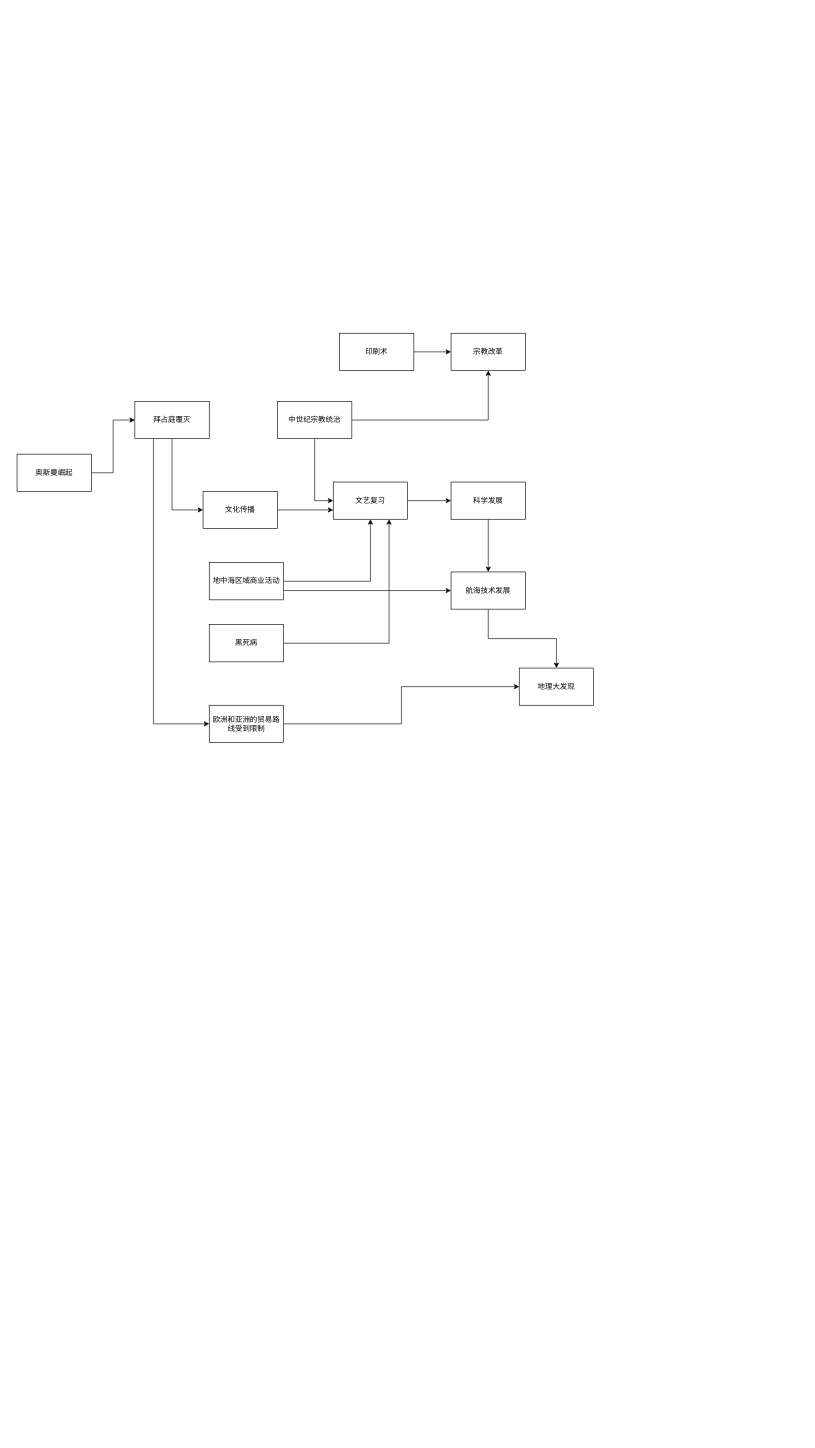
Above: western_history.drawio in brendonlin/myflowchart (draw.io), before the change. Source tidied: cells renumbered, new cells numbered last; positions are measured from the earlier drawing's top-left corner, leaving out a move shared by most shapes. Both pictures are drawn from the tidied source at 62%, with x=0, y=0 at pixel (17, 333).
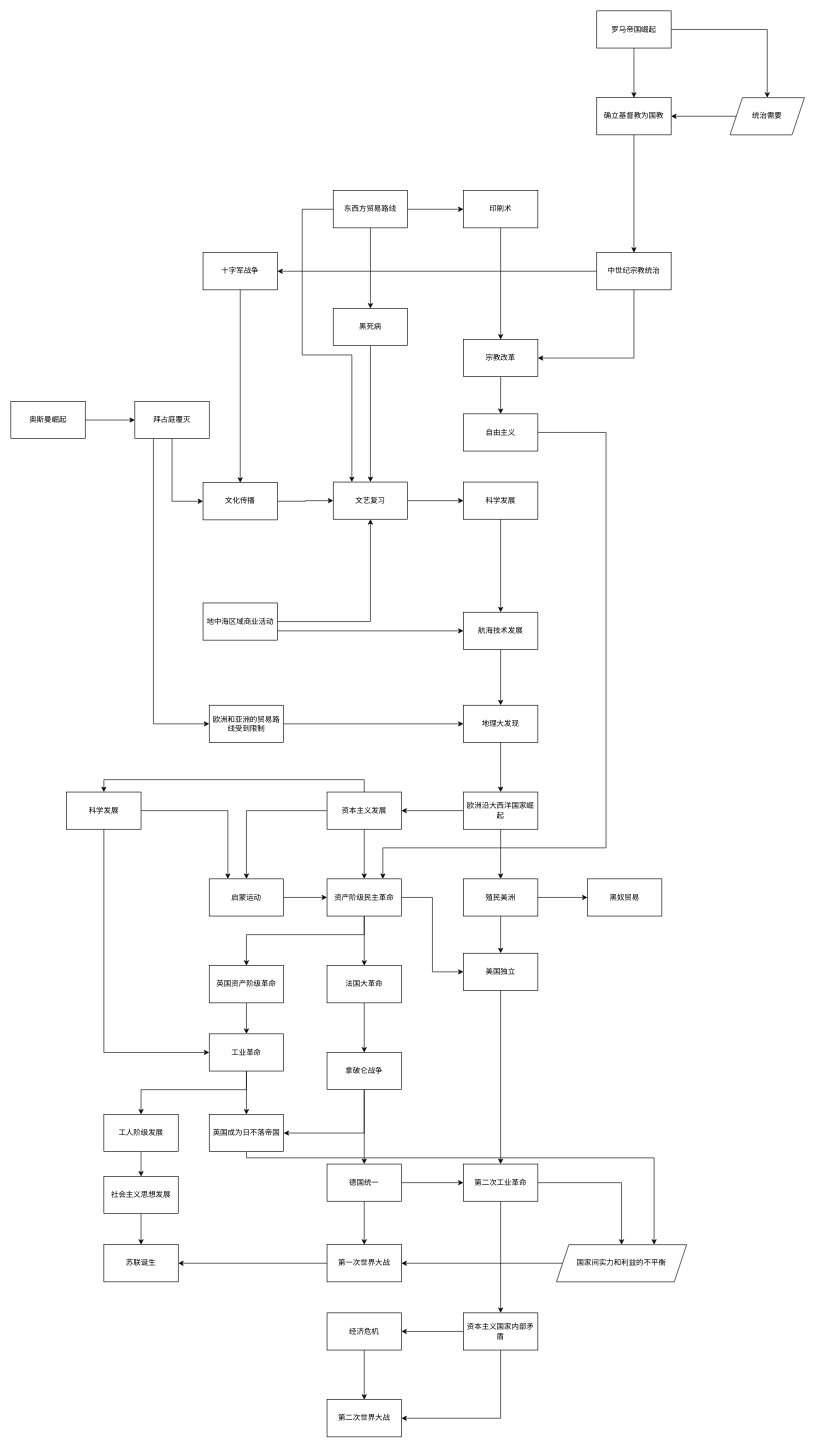
The same page after the edit.

The change refers to these unchanged cells:
```xml
<mxCell id="3" value="文艺复习" style="rounded=0;whiteSpace=wrap;html=1;" parent="1" vertex="1">
  <mxGeometry x="510" y="240" width="120" height="60" as="geometry" />
</mxCell>
```

Change to the diagram source:
```diff
@@
+    <mxCell id="29" style="edgeStyle=orthogonalEdgeStyle;rounded=0;jettySize=auto;html=1;" parent="1" edge="1" source="4" target="40">
+      <mxGeometry relative="1" as="geometry" />
+    </mxCell>
     <mxCell id="4" value="地理大发现" style="rounded=0;whiteSpace=wrap;html=1;" parent="1" vertex="1">
-      <mxGeometry x="810" y="540" width="120" height="60" as="geometry" />
+      <mxGeometry x="720" y="600" width="120" height="60" as="geometry" />
     </mxCell>
-    <mxCell id="5" style="edgeStyle=orthogonalEdgeStyle;rounded=0;jettySize=auto;html=1;entryX=0;entryY=0.5;entryDx=0;entryDy=0;" parent="1" edge="1" source="6" target="7">
+    <mxCell id="5" style="edgeStyle=orthogonalEdgeStyle;rounded=0;jettySize=auto;html=1;" parent="1" edge="1" source="6" target="7">
       <mxGeometry relative="1" as="geometry" />
     </mxCell>
     <mxCell id="6" value="印刷术" style="rounded=0;whiteSpace=wrap;html=1;" parent="1" vertex="1">
-      <mxGeometry x="520" width="120" height="60" as="geometry" />
+      <mxGeometry x="720" y="-230" width="120" height="60" as="geometry" />
     </mxCell>
+    <mxCell id="30" style="edgeStyle=orthogonalEdgeStyle;rounded=0;jettySize=auto;html=1;" parent="1" edge="1" source="7" target="94">
+      <mxGeometry relative="1" as="geometry" />
+    </mxCell>
     <mxCell id="7" value="宗教改革" style="rounded=0;whiteSpace=wrap;html=1;" parent="1" vertex="1">
-      <mxGeometry x="700" width="120" height="60" as="geometry" />
+      <mxGeometry x="720" y="10" width="120" height="60" as="geometry" />
     </mxCell>
-    <mxCell id="8" style="edgeStyle=orthogonalEdgeStyle;rounded=0;jettySize=auto;html=1;entryX=0;entryY=0.5;entryDx=0;entryDy=0;" parent="1" edge="1" source="10" target="3">
-      <mxGeometry relative="1" as="geometry" />
-    </mxCell>
-    <mxCell id="9" style="edgeStyle=orthogonalEdgeStyle;rounded=0;jettySize=auto;html=1;entryX=0.5;entryY=1;entryDx=0;entryDy=0;" parent="1" edge="1" source="10" target="7">
-      <mxGeometry relative="1" as="geometry" />
+    <mxCell id="9" style="edgeStyle=orthogonalEdgeStyle;rounded=0;jettySize=auto;html=1;entryX=1;entryY=0.5;entryDx=0;entryDy=0;" parent="1" edge="1" source="10" target="7">
+      <mxGeometry relative="1" as="geometry">
+        <Array as="points">
+          <mxPoint x="995" y="40" />
+        </Array>
+      </mxGeometry>
     </mxCell>
+    <mxCell id="31" style="edgeStyle=orthogonalEdgeStyle;rounded=0;jettySize=auto;html=1;entryX=1;entryY=0.5;entryDx=0;entryDy=0;" parent="1" edge="1" source="10" target="37">
+      <mxGeometry relative="1" as="geometry" />
+    </mxCell>
     <mxCell id="10" value="中世纪宗教统治" style="rounded=0;whiteSpace=wrap;html=1;" parent="1" vertex="1">
-      <mxGeometry x="420" y="110" width="120" height="60" as="geometry" />
+      <mxGeometry x="935" y="-130" width="120" height="60" as="geometry" />
     </mxCell>
@@
-    <mxCell id="14" style="edgeStyle=orthogonalEdgeStyle;rounded=0;jettySize=auto;html=1;entryX=0;entryY=0.75;entryDx=0;entryDy=0;" parent="1" edge="1" source="15" target="3">
+    <mxCell id="14" style="edgeStyle=orthogonalEdgeStyle;rounded=0;jettySize=auto;html=1;entryX=0;entryY=0.5;entryDx=0;entryDy=0;" parent="1" edge="1" source="15" target="3">
       <mxGeometry relative="1" as="geometry" />
     </mxCell>
     <mxCell id="15" value="文化传播" style="rounded=0;whiteSpace=wrap;html=1;" parent="1" vertex="1">
-      <mxGeometry x="300" y="255" width="120" height="60" as="geometry" />
+      <mxGeometry x="300" y="241" width="120" height="60" as="geometry" />
     </mxCell>
@@
     <mxCell id="18" value="地中海区域商业活动" style="rounded=0;whiteSpace=wrap;html=1;" parent="1" vertex="1">
-      <mxGeometry x="310" y="370" width="120" height="60" as="geometry" />
+      <mxGeometry x="300" y="435" width="120" height="60" as="geometry" />
     </mxCell>
@@
     <mxCell id="20" value="科学发展" style="rounded=0;whiteSpace=wrap;html=1;" parent="1" vertex="1">
-      <mxGeometry x="700" y="240" width="120" height="60" as="geometry" />
+      <mxGeometry x="720" y="240" width="120" height="60" as="geometry" />
     </mxCell>
-    <mxCell id="21" style="edgeStyle=orthogonalEdgeStyle;rounded=0;jettySize=auto;html=1;entryX=0.75;entryY=1;entryDx=0;entryDy=0;" parent="1" edge="1" source="22" target="3">
+    <mxCell id="21" style="edgeStyle=orthogonalEdgeStyle;rounded=0;jettySize=auto;html=1;" parent="1" edge="1" source="22" target="3">
       <mxGeometry relative="1" as="geometry" />
     </mxCell>
     <mxCell id="22" value="黑死病" style="rounded=0;whiteSpace=wrap;html=1;" parent="1" vertex="1">
-      <mxGeometry x="310" y="470" width="120" height="60" as="geometry" />
+      <mxGeometry x="510" y="-40" width="120" height="60" as="geometry" />
     </mxCell>
@@
     <mxCell id="24" value="奥斯曼崛起" style="rounded=0;whiteSpace=wrap;html=1;" parent="1" vertex="1">
-      <mxGeometry y="195" width="120" height="60" as="geometry" />
+      <mxGeometry x="-10" y="110" width="120" height="60" as="geometry" />
     </mxCell>
@@
     <mxCell id="28" value="航海技术发展" style="rounded=0;whiteSpace=wrap;html=1;" parent="1" vertex="1">
-      <mxGeometry x="700" y="385" width="120" height="60" as="geometry" />
+      <mxGeometry x="720" y="450" width="120" height="60" as="geometry" />
     </mxCell>
+    <mxCell id="32" style="edgeStyle=orthogonalEdgeStyle;rounded=0;jettySize=auto;html=1;entryX=0;entryY=0.5;entryDx=0;entryDy=0;" parent="1" edge="1" source="35" target="6">
+      <mxGeometry relative="1" as="geometry" />
+    </mxCell>
+    <mxCell id="33" style="edgeStyle=orthogonalEdgeStyle;rounded=0;jettySize=auto;html=1;entryX=0.5;entryY=0;entryDx=0;entryDy=0;" parent="1" edge="1" source="35" target="22">
+      <mxGeometry relative="1" as="geometry" />
+    </mxCell>
+    <mxCell id="34" style="edgeStyle=orthogonalEdgeStyle;rounded=0;jettySize=auto;html=1;entryX=0.25;entryY=0;entryDx=0;entryDy=0;" parent="1" edge="1" source="35" target="3">
+      <mxGeometry relative="1" as="geometry">
+        <Array as="points">
+          <mxPoint x="460" y="-200" />
+          <mxPoint x="460" y="35" />
+          <mxPoint x="540" y="35" />
+        </Array>
+      </mxGeometry>
+    </mxCell>
+    <mxCell id="35" value="东西方贸易路线" style="rounded=0;whiteSpace=wrap;html=1;" parent="1" vertex="1">
+      <mxGeometry x="510" y="-230" width="120" height="60" as="geometry" />
+    </mxCell>
+    <mxCell id="36" style="edgeStyle=orthogonalEdgeStyle;rounded=0;jettySize=auto;html=1;" parent="1" edge="1" source="37" target="15">
+      <mxGeometry relative="1" as="geometry" />
+    </mxCell>
+    <mxCell id="37" value="十字军战争" style="rounded=0;whiteSpace=wrap;html=1;" parent="1" vertex="1">
+      <mxGeometry x="300" y="-130" width="120" height="60" as="geometry" />
+    </mxCell>
+    <mxCell id="38" style="edgeStyle=orthogonalEdgeStyle;rounded=0;jettySize=auto;html=1;" parent="1" edge="1" source="40" target="43">
+      <mxGeometry relative="1" as="geometry" />
+    </mxCell>
+    <mxCell id="39" style="edgeStyle=orthogonalEdgeStyle;rounded=0;jettySize=auto;html=1;" parent="1" edge="1" source="40" target="50">
+      <mxGeometry relative="1" as="geometry" />
+    </mxCell>
+    <mxCell id="40" value="欧洲沿大西洋国家崛起" style="whiteSpace=wrap;html=1;rounded=0;" parent="1" vertex="1">
+      <mxGeometry x="720" y="740" width="120" height="60" as="geometry" />
+    </mxCell>
+    <mxCell id="41" style="edgeStyle=orthogonalEdgeStyle;rounded=0;jettySize=auto;html=1;" parent="1" edge="1" source="43" target="44">
+      <mxGeometry relative="1" as="geometry" />
+    </mxCell>
+    <mxCell id="42" style="edgeStyle=orthogonalEdgeStyle;rounded=0;jettySize=auto;html=1;" parent="1" edge="1" source="43" target="46">
+      <mxGeometry relative="1" as="geometry" />
+    </mxCell>
+    <mxCell id="43" value="殖民美洲" style="rounded=0;whiteSpace=wrap;html=1;" parent="1" vertex="1">
+      <mxGeometry x="720" y="880" width="120" height="60" as="geometry" />
+    </mxCell>
+    <mxCell id="44" value="黑奴贸易" style="whiteSpace=wrap;html=1;rounded=0;" parent="1" vertex="1">
+      <mxGeometry x="920" y="880" width="120" height="60" as="geometry" />
+    </mxCell>
+    <mxCell id="45" style="edgeStyle=orthogonalEdgeStyle;rounded=0;jettySize=auto;html=1;entryX=0.5;entryY=0;entryDx=0;entryDy=0;" parent="1" edge="1" source="46" target="90">
+      <mxGeometry relative="1" as="geometry" />
+    </mxCell>
+    <mxCell id="46" value="美国独立" style="whiteSpace=wrap;html=1;rounded=0;" parent="1" vertex="1">
+      <mxGeometry x="720" y="1000" width="120" height="60" as="geometry" />
+    </mxCell>
+    <mxCell id="47" style="edgeStyle=orthogonalEdgeStyle;rounded=0;jettySize=auto;html=1;" parent="1" edge="1" source="50" target="54">
+      <mxGeometry relative="1" as="geometry" />
+    </mxCell>
+    <mxCell id="48" style="edgeStyle=orthogonalEdgeStyle;rounded=0;jettySize=auto;html=1;entryX=0.5;entryY=0;entryDx=0;entryDy=0;" parent="1" edge="1" source="50" target="64">
+      <mxGeometry relative="1" as="geometry" />
+    </mxCell>
+    <mxCell id="49" style="edgeStyle=orthogonalEdgeStyle;rounded=0;jettySize=auto;html=1;entryX=0.5;entryY=0;entryDx=0;entryDy=0;" parent="1" edge="1" source="50" target="67">
+      <mxGeometry relative="1" as="geometry">
+        <Array as="points">
+          <mxPoint x="560" y="720" />
+          <mxPoint x="140" y="720" />
+        </Array>
+      </mxGeometry>
+    </mxCell>
+    <mxCell id="50" value="资本主义发展" style="whiteSpace=wrap;html=1;rounded=0;" parent="1" vertex="1">
+      <mxGeometry x="500" y="740" width="120" height="60" as="geometry" />
+    </mxCell>
+    <mxCell id="51" style="edgeStyle=orthogonalEdgeStyle;rounded=0;jettySize=auto;html=1;" parent="1" edge="1" source="54" target="56">
+      <mxGeometry relative="1" as="geometry" />
+    </mxCell>
+    <mxCell id="52" style="edgeStyle=orthogonalEdgeStyle;rounded=0;jettySize=auto;html=1;entryX=0;entryY=0.5;entryDx=0;entryDy=0;" parent="1" edge="1" source="54" target="46">
+      <mxGeometry relative="1" as="geometry" />
+    </mxCell>
+    <mxCell id="53" style="edgeStyle=orthogonalEdgeStyle;rounded=0;jettySize=auto;html=1;entryX=0.5;entryY=0;entryDx=0;entryDy=0;" parent="1" edge="1" source="54" target="73">
+      <mxGeometry relative="1" as="geometry">
+        <Array as="points">
+          <mxPoint x="560" y="970" />
+          <mxPoint x="370" y="970" />
+        </Array>
+      </mxGeometry>
+    </mxCell>
+    <mxCell id="54" value="资产阶级民主革命" style="whiteSpace=wrap;html=1;rounded=0;" parent="1" vertex="1">
+      <mxGeometry x="500" y="880" width="120" height="60" as="geometry" />
+    </mxCell>
+    <mxCell id="55" style="edgeStyle=orthogonalEdgeStyle;rounded=0;jettySize=auto;html=1;" parent="1" edge="1" source="56" target="59">
+      <mxGeometry relative="1" as="geometry" />
+    </mxCell>
+    <mxCell id="56" value="法国大革命" style="whiteSpace=wrap;html=1;rounded=0;" parent="1" vertex="1">
+      <mxGeometry x="500" y="1020" width="120" height="60" as="geometry" />
+    </mxCell>
+    <mxCell id="57" style="edgeStyle=orthogonalEdgeStyle;rounded=0;jettySize=auto;html=1;" parent="1" edge="1" source="59" target="62">
+      <mxGeometry relative="1" as="geometry" />
+    </mxCell>
+    <mxCell id="58" style="edgeStyle=orthogonalEdgeStyle;rounded=0;jettySize=auto;html=1;" parent="1" edge="1" source="59" target="71">
+      <mxGeometry relative="1" as="geometry">
+        <Array as="points">
+          <mxPoint x="560" y="1290" />
+        </Array>
+      </mxGeometry>
+    </mxCell>
+    <mxCell id="59" value="拿破仑战争" style="whiteSpace=wrap;html=1;rounded=0;" parent="1" vertex="1">
+      <mxGeometry x="500" y="1160" width="120" height="60" as="geometry" />
+    </mxCell>
+    <mxCell id="60" style="edgeStyle=orthogonalEdgeStyle;rounded=0;jettySize=auto;html=1;" parent="1" edge="1" source="62" target="69">
+      <mxGeometry relative="1" as="geometry" />
+    </mxCell>
+    <mxCell id="61" style="edgeStyle=orthogonalEdgeStyle;rounded=0;jettySize=auto;html=1;entryX=0;entryY=0.5;entryDx=0;entryDy=0;" parent="1" edge="1" source="62" target="90">
+      <mxGeometry relative="1" as="geometry" />
+    </mxCell>
+    <mxCell id="62" value="德国统一" style="whiteSpace=wrap;html=1;rounded=0;" parent="1" vertex="1">
+      <mxGeometry x="500" y="1340" width="120" height="60" as="geometry" />
+    </mxCell>
+    <mxCell id="63" style="edgeStyle=orthogonalEdgeStyle;rounded=0;jettySize=auto;html=1;entryX=0;entryY=0.5;entryDx=0;entryDy=0;" parent="1" edge="1" source="64" target="54">
+      <mxGeometry relative="1" as="geometry" />
+    </mxCell>
+    <mxCell id="64" value="启蒙运动" style="whiteSpace=wrap;html=1;rounded=0;" parent="1" vertex="1">
+      <mxGeometry x="310" y="880" width="120" height="60" as="geometry" />
+    </mxCell>
+    <mxCell id="65" style="edgeStyle=orthogonalEdgeStyle;rounded=0;jettySize=auto;html=1;entryX=0.25;entryY=0;entryDx=0;entryDy=0;" parent="1" edge="1" source="67" target="64">
+      <mxGeometry relative="1" as="geometry" />
+    </mxCell>
+    <mxCell id="66" style="edgeStyle=orthogonalEdgeStyle;rounded=0;jettySize=auto;html=1;entryX=0;entryY=0.5;entryDx=0;entryDy=0;" parent="1" edge="1" source="67" target="76">
+      <mxGeometry relative="1" as="geometry">
+        <Array as="points">
+          <mxPoint x="140" y="1160" />
+        </Array>
+      </mxGeometry>
+    </mxCell>
+    <mxCell id="67" value="科学发展" style="rounded=0;whiteSpace=wrap;html=1;" parent="1" vertex="1">
+      <mxGeometry x="80" y="740" width="120" height="60" as="geometry" />
+    </mxCell>
+    <mxCell id="68" style="edgeStyle=orthogonalEdgeStyle;rounded=0;jettySize=auto;html=1;" parent="1" edge="1" source="69" target="81">
+      <mxGeometry relative="1" as="geometry" />
+    </mxCell>
+    <mxCell id="69" value="第一次世界大战" style="rounded=0;whiteSpace=wrap;html=1;" parent="1" vertex="1">
+      <mxGeometry x="500" y="1470" width="120" height="60" as="geometry" />
+    </mxCell>
+    <mxCell id="70" style="edgeStyle=orthogonalEdgeStyle;rounded=0;jettySize=auto;html=1;entryX=0.75;entryY=0;entryDx=0;entryDy=0;" parent="1" edge="1" source="71" target="92">
+      <mxGeometry relative="1" as="geometry">
+        <Array as="points">
+          <mxPoint x="370" y="1330" />
+          <mxPoint x="1028" y="1330" />
+        </Array>
+      </mxGeometry>
+    </mxCell>
+    <mxCell id="71" value="英国成为日不落帝国" style="whiteSpace=wrap;html=1;rounded=0;" parent="1" vertex="1">
+      <mxGeometry x="310" y="1260" width="120" height="60" as="geometry" />
+    </mxCell>
+    <mxCell id="72" style="edgeStyle=orthogonalEdgeStyle;rounded=0;jettySize=auto;html=1;" parent="1" edge="1" source="73" target="76">
+      <mxGeometry relative="1" as="geometry" />
+    </mxCell>
+    <mxCell id="73" value="英国资产阶级革命" style="rounded=0;whiteSpace=wrap;html=1;" parent="1" vertex="1">
+      <mxGeometry x="310" y="1020" width="120" height="60" as="geometry" />
+    </mxCell>
+    <mxCell id="74" style="edgeStyle=orthogonalEdgeStyle;rounded=0;jettySize=auto;html=1;entryX=0.5;entryY=0;entryDx=0;entryDy=0;" parent="1" edge="1" source="76" target="71">
+      <mxGeometry relative="1" as="geometry" />
+    </mxCell>
+    <mxCell id="75" style="edgeStyle=orthogonalEdgeStyle;rounded=0;jettySize=auto;html=1;" parent="1" edge="1" source="76" target="80">
+      <mxGeometry relative="1" as="geometry">
+        <Array as="points">
+          <mxPoint x="370" y="1220" />
+          <mxPoint x="200" y="1220" />
+        </Array>
+      </mxGeometry>
+    </mxCell>
+    <mxCell id="76" value="工业革命" style="whiteSpace=wrap;html=1;rounded=0;" parent="1" vertex="1">
+      <mxGeometry x="310" y="1130" width="120" height="60" as="geometry" />
+    </mxCell>
+    <mxCell id="77" style="edgeStyle=orthogonalEdgeStyle;rounded=0;jettySize=auto;html=1;entryX=0.5;entryY=0;entryDx=0;entryDy=0;" parent="1" edge="1" source="78" target="81">
+      <mxGeometry relative="1" as="geometry" />
+    </mxCell>
+    <mxCell id="78" value="社会主义思想发展" style="rounded=0;whiteSpace=wrap;html=1;" parent="1" vertex="1">
+      <mxGeometry x="140" y="1360" width="120" height="60" as="geometry" />
+    </mxCell>
+    <mxCell id="79" style="edgeStyle=orthogonalEdgeStyle;rounded=0;jettySize=auto;html=1;" parent="1" edge="1" source="80" target="78">
+      <mxGeometry relative="1" as="geometry" />
+    </mxCell>
+    <mxCell id="80" value="工人阶级发展" style="rounded=0;whiteSpace=wrap;html=1;" parent="1" vertex="1">
+      <mxGeometry x="140" y="1260" width="120" height="60" as="geometry" />
+    </mxCell>
+    <mxCell id="81" value="苏联诞生" style="rounded=0;whiteSpace=wrap;html=1;" parent="1" vertex="1">
+      <mxGeometry x="140" y="1470" width="120" height="60" as="geometry" />
+    </mxCell>
+    <mxCell id="82" style="edgeStyle=orthogonalEdgeStyle;rounded=0;jettySize=auto;html=1;entryX=1;entryY=0.5;entryDx=0;entryDy=0;" parent="1" edge="1" source="84" target="87">
+      <mxGeometry relative="1" as="geometry">
+        <Array as="points">
+          <mxPoint x="780" y="1750" />
+        </Array>
+      </mxGeometry>
+    </mxCell>
+    <mxCell id="83" style="edgeStyle=orthogonalEdgeStyle;rounded=0;jettySize=auto;html=1;entryX=1;entryY=0.5;entryDx=0;entryDy=0;" parent="1" edge="1" source="84" target="86">
+      <mxGeometry relative="1" as="geometry" />
+    </mxCell>
+    <mxCell id="84" value="资本主义国家内部矛盾" style="rounded=0;whiteSpace=wrap;html=1;" parent="1" vertex="1">
+      <mxGeometry x="720" y="1580" width="120" height="60" as="geometry" />
+    </mxCell>
+    <mxCell id="85" style="edgeStyle=orthogonalEdgeStyle;rounded=0;jettySize=auto;html=1;" parent="1" edge="1" source="86" target="87">
+      <mxGeometry relative="1" as="geometry" />
+    </mxCell>
+    <mxCell id="86" value="经济危机" style="rounded=0;whiteSpace=wrap;html=1;" parent="1" vertex="1">
+      <mxGeometry x="500" y="1580" width="120" height="60" as="geometry" />
+    </mxCell>
+    <mxCell id="87" value="第二次世界大战" style="whiteSpace=wrap;html=1;rounded=0;" parent="1" vertex="1">
+      <mxGeometry x="500" y="1720" width="120" height="60" as="geometry" />
+    </mxCell>
+    <mxCell id="88" style="edgeStyle=orthogonalEdgeStyle;rounded=0;jettySize=auto;html=1;entryX=0.5;entryY=0;entryDx=0;entryDy=0;" parent="1" edge="1" source="90" target="92">
+      <mxGeometry relative="1" as="geometry" />
+    </mxCell>
+    <mxCell id="89" style="edgeStyle=orthogonalEdgeStyle;rounded=0;jettySize=auto;html=1;" parent="1" edge="1" source="90" target="84">
+      <mxGeometry relative="1" as="geometry" />
+    </mxCell>
+    <mxCell id="90" value="第二次工业革命" style="rounded=0;whiteSpace=wrap;html=1;" parent="1" vertex="1">
+      <mxGeometry x="720" y="1340" width="120" height="60" as="geometry" />
+    </mxCell>
+    <mxCell id="91" style="edgeStyle=orthogonalEdgeStyle;rounded=0;jettySize=auto;html=1;" parent="1" edge="1" source="92" target="69">
+      <mxGeometry relative="1" as="geometry" />
+    </mxCell>
+    <mxCell id="92" value="国家间实力和利益的不平衡" style="shape=parallelogram;perimeter=parallelogramPerimeter;whiteSpace=wrap;html=1;fixedSize=1;" parent="1" vertex="1">
+      <mxGeometry x="870" y="1470" width="210" height="60" as="geometry" />
+    </mxCell>
+    <mxCell id="93" style="edgeStyle=orthogonalEdgeStyle;rounded=0;jettySize=auto;html=1;entryX=0.75;entryY=0;entryDx=0;entryDy=0;" parent="1" edge="1" source="94" target="54">
+      <mxGeometry relative="1" as="geometry">
+        <Array as="points">
+          <mxPoint x="950" y="160" />
+          <mxPoint x="950" y="830" />
+          <mxPoint x="590" y="830" />
+        </Array>
+      </mxGeometry>
+    </mxCell>
+    <mxCell id="94" value="自由主义" style="whiteSpace=wrap;html=1;rounded=0;" parent="1" vertex="1">
+      <mxGeometry x="720" y="130" width="120" height="60" as="geometry" />
+    </mxCell>
+    <mxCell id="95" style="edgeStyle=orthogonalEdgeStyle;rounded=0;jettySize=auto;html=1;" parent="1" edge="1" source="97" target="99">
+      <mxGeometry relative="1" as="geometry" />
+    </mxCell>
+    <mxCell id="96" style="edgeStyle=orthogonalEdgeStyle;rounded=0;jettySize=auto;html=1;" parent="1" edge="1" source="97" target="101">
+      <mxGeometry relative="1" as="geometry" />
+    </mxCell>
+    <mxCell id="97" value="罗马帝国崛起" style="rounded=0;whiteSpace=wrap;html=1;" parent="1" vertex="1">
+      <mxGeometry x="935" y="-520" width="120" height="60" as="geometry" />
+    </mxCell>
+    <mxCell id="98" style="edgeStyle=orthogonalEdgeStyle;rounded=0;jettySize=auto;html=1;entryX=0.5;entryY=0;entryDx=0;entryDy=0;" parent="1" edge="1" source="99" target="10">
+      <mxGeometry relative="1" as="geometry" />
+    </mxCell>
+    <mxCell id="99" value="确立基督教为国教" style="whiteSpace=wrap;html=1;rounded=0;" parent="1" vertex="1">
+      <mxGeometry x="935" y="-380" width="120" height="60" as="geometry" />
+    </mxCell>
+    <mxCell id="100" style="edgeStyle=orthogonalEdgeStyle;rounded=0;jettySize=auto;html=1;entryX=1;entryY=0.5;entryDx=0;entryDy=0;" parent="1" edge="1" source="101" target="99">
+      <mxGeometry relative="1" as="geometry" />
+    </mxCell>
+    <mxCell id="101" value="统治需要" style="shape=parallelogram;perimeter=parallelogramPerimeter;whiteSpace=wrap;html=1;fixedSize=1;" parent="1" vertex="1">
+      <mxGeometry x="1150" y="-380" width="120" height="60" as="geometry" />
+    </mxCell>
```
